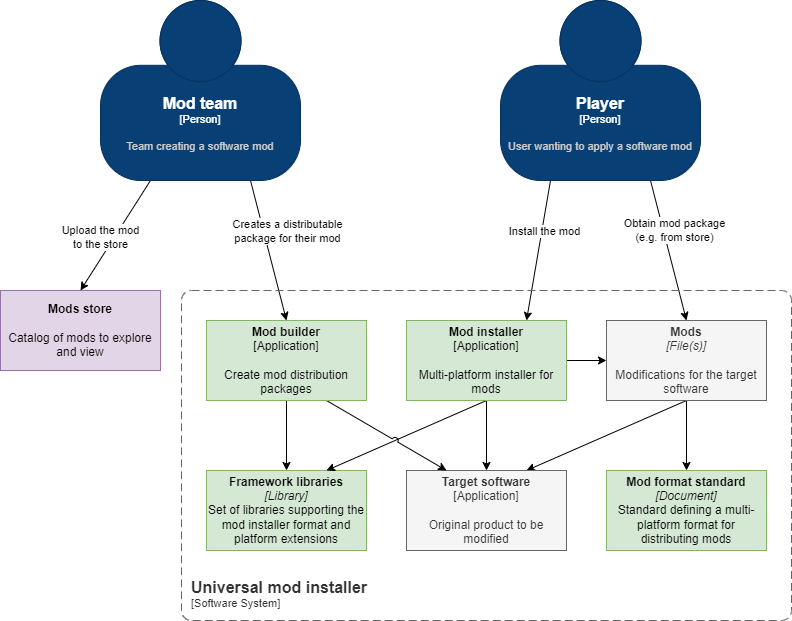
The draw.io diagram docs/images/design_l2.drawio.png in pleonex/game-patcher, before a commit. Source tidied: cells renumbered, new cells last; positions are measured from the earlier drawing's top-left corner, leaving out a move shared by most shapes.
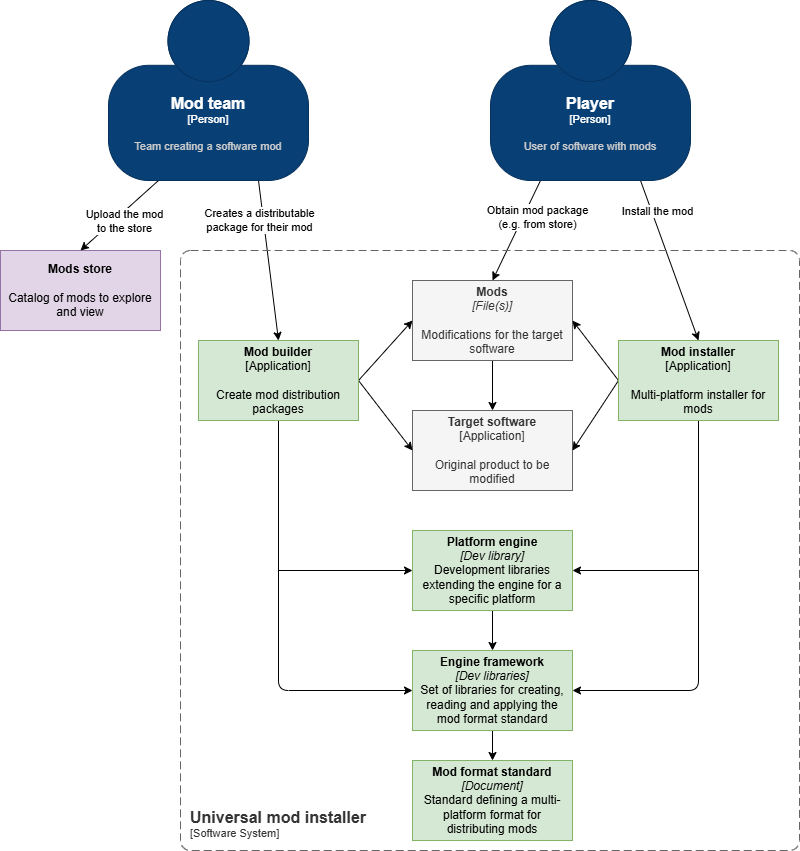
The same diagram one commit later.

Diff of the diagram source:
```diff
@@ -2,25 +2,25 @@
   <root>
     <mxCell id="0" />
     <mxCell id="1" parent="0" />
-    <mxCell id="2" style="edgeStyle=none;html=1;exitX=0.5;exitY=1;exitDx=0;exitDy=0;entryX=0.5;entryY=0;entryDx=0;entryDy=0;" parent="1" edge="1" source="4" target="20">
-      <mxGeometry relative="1" as="geometry" />
-    </mxCell>
-    <mxCell id="3" style="edgeStyle=none;jumpStyle=arc;html=1;exitX=0.5;exitY=1;exitDx=0;exitDy=0;entryX=0.75;entryY=0;entryDx=0;entryDy=0;" parent="1" edge="1" source="4" target="5">
+    <mxCell id="3" style="edgeStyle=none;jumpStyle=arc;html=1;exitX=0.5;exitY=1;exitDx=0;exitDy=0;entryX=0.5;entryY=0;entryDx=0;entryDy=0;" parent="1" edge="1" source="4" target="5">
       <mxGeometry relative="1" as="geometry" />
     </mxCell>
     <mxCell id="4" value="&lt;b&gt;Mods&lt;br&gt;&lt;/b&gt;&lt;i&gt;[File(s)]&lt;br&gt;&lt;/i&gt;&lt;br&gt;Modifications for the target software" style="rounded=0;whiteSpace=wrap;html=1;fillColor=#f5f5f5;strokeColor=#666666;fontColor=#333333;" parent="1" vertex="1">
-      <mxGeometry x="606" y="320" width="160" height="80" as="geometry" />
+      <mxGeometry x="412" y="320" width="160" height="80" as="geometry" />
     </mxCell>
     <mxCell id="5" value="&lt;b&gt;Target software&lt;br&gt;&lt;/b&gt;[Application]&lt;br&gt;&lt;br&gt;Original product to be modified" style="rounded=0;whiteSpace=wrap;html=1;fillColor=#f5f5f5;strokeColor=#666666;fontColor=#333333;" parent="1" vertex="1">
-      <mxGeometry x="406" y="470" width="160" height="80" as="geometry" />
+      <mxGeometry x="412" y="450" width="160" height="80" as="geometry" />
     </mxCell>
+    <mxCell id="27" style="edgeStyle=orthogonalEdgeStyle;rounded=0;jettySize=auto;html=1;exitX=0.5;exitY=1;exitDx=0;exitDy=0;entryX=0.5;entryY=0;entryDx=0;entryDy=0;" parent="1" edge="1" source="6" target="20">
+      <mxGeometry relative="1" as="geometry" />
+    </mxCell>
-    <mxCell id="6" value="&lt;b&gt;Framework libraries&lt;br&gt;&lt;/b&gt;&lt;i&gt;[Library]&lt;br&gt;&lt;/i&gt;Set of libraries supporting the mod installer format and platform extensions" style="rounded=0;whiteSpace=wrap;html=1;fillColor=#d5e8d4;strokeColor=#82b366;" parent="1" vertex="1">
-      <mxGeometry x="206" y="470" width="160" height="80" as="geometry" />
+    <mxCell id="6" value="&lt;b&gt;Engine framework&lt;br&gt;&lt;/b&gt;&lt;i&gt;[Dev libraries]&lt;br&gt;&lt;/i&gt;Set of libraries for creating, reading and applying the mod format standard" style="rounded=0;whiteSpace=wrap;html=1;fillColor=#d5e8d4;strokeColor=#82b366;" parent="1" vertex="1">
+      <mxGeometry x="412" y="690" width="160" height="80" as="geometry" />
     </mxCell>
     <mxCell id="7" value="&lt;b&gt;Mods store&lt;/b&gt;&lt;br&gt;&lt;br&gt;Catalog of mods to explore and view" style="rounded=0;whiteSpace=wrap;html=1;fillColor=#e1d5e7;strokeColor=#9673a6;" parent="1" vertex="1">
       <mxGeometry y="290" width="160" height="80" as="geometry" />
     </mxCell>
-    <mxCell id="8" style="edgeStyle=none;jumpStyle=arc;html=1;exitX=0.75;exitY=1;exitDx=0;exitDy=0;exitPerimeter=0;entryX=0.5;entryY=0;entryDx=0;entryDy=0;" parent="1" edge="1" source="25" target="4">
+    <mxCell id="8" style="edgeStyle=none;jumpStyle=arc;html=1;exitX=0.25;exitY=1;exitDx=0;exitDy=0;exitPerimeter=0;entryX=0.5;entryY=0;entryDx=0;entryDy=0;" parent="1" edge="1" source="25" target="4">
       <mxGeometry relative="1" as="geometry" />
     </mxCell>
     <mxCell id="9" value="Obtain mod package&lt;br&gt;(e.g. from store)" style="edgeLabel;html=1;align=center;verticalAlign=middle;" parent="8" vertex="1">
@@ -28,12 +28,12 @@
         <mxPoint x="13" y="5" as="offset" />
       </mxGeometry>
     </mxCell>
-    <mxCell id="10" style="edgeStyle=none;jumpStyle=arc;html=1;exitX=0.25;exitY=1;exitDx=0;exitDy=0;exitPerimeter=0;entryX=0.75;entryY=0;entryDx=0;entryDy=0;" parent="1" edge="1" source="25" target="19">
+    <mxCell id="10" style="edgeStyle=none;jumpStyle=arc;html=1;exitX=0.75;exitY=1;exitDx=0;exitDy=0;exitPerimeter=0;entryX=0.5;entryY=0;entryDx=0;entryDy=0;" parent="1" edge="1" source="25" target="19">
       <mxGeometry relative="1" as="geometry" />
     </mxCell>
     <mxCell id="11" value="Install the mod" style="edgeLabel;html=1;align=center;verticalAlign=middle;" parent="10" vertex="1">
       <mxGeometry x="-0.12" relative="1" as="geometry">
-        <mxPoint x="4" y="-12" as="offset" />
+        <mxPoint x="-9" y="-40" as="offset" />
       </mxGeometry>
     </mxCell>
     <mxCell id="12" style="edgeStyle=none;jumpStyle=arc;html=1;exitX=0.75;exitY=1;exitDx=0;exitDy=0;exitPerimeter=0;entryX=0.5;entryY=0;entryDx=0;entryDy=0;" parent="1" edge="1" source="24" target="23">
@@ -41,7 +41,7 @@
     </mxCell>
     <mxCell id="13" value="Creates a distributable&lt;br&gt;package for their mod" style="edgeLabel;html=1;align=center;verticalAlign=middle;" parent="12" vertex="1">
       <mxGeometry x="-0.28" y="-3" relative="1" as="geometry">
-        <mxPoint x="26" y="-1" as="offset" />
+        <mxPoint x="-4" y="-18" as="offset" />
       </mxGeometry>
     </mxCell>
     <mxCell id="14" style="edgeStyle=none;jumpStyle=arc;html=1;exitX=0.25;exitY=1;exitDx=0;exitDy=0;exitPerimeter=0;entryX=0.5;entryY=0;entryDx=0;entryDy=0;" parent="1" edge="1" source="24" target="7">
@@ -49,47 +49,62 @@
     </mxCell>
     <mxCell id="15" value="Upload the mod&lt;br&gt;to the store" style="edgeLabel;html=1;align=center;verticalAlign=middle;" parent="14" vertex="1">
       <mxGeometry x="0.23" y="1" relative="1" as="geometry">
-        <mxPoint x="-8" y="-12" as="offset" />
+        <mxPoint x="12" y="-3" as="offset" />
       </mxGeometry>
     </mxCell>
-    <mxCell id="16" style="edgeStyle=none;html=1;exitX=0.5;exitY=1;exitDx=0;exitDy=0;entryX=0.5;entryY=0;entryDx=0;entryDy=0;jumpStyle=arc;" parent="1" edge="1" source="19" target="5">
+    <mxCell id="16" style="edgeStyle=none;html=1;exitX=0;exitY=0.5;exitDx=0;exitDy=0;entryX=1;entryY=0.5;entryDx=0;entryDy=0;jumpStyle=arc;" parent="1" edge="1" source="19" target="5">
       <mxGeometry relative="1" as="geometry" />
     </mxCell>
-    <mxCell id="17" style="edgeStyle=none;html=1;exitX=0.5;exitY=1;exitDx=0;exitDy=0;entryX=0.75;entryY=0;entryDx=0;entryDy=0;" parent="1" edge="1" source="19" target="6">
+    <mxCell id="17" style="edgeStyle=orthogonalEdgeStyle;html=1;exitX=0.5;exitY=1;exitDx=0;exitDy=0;entryX=1;entryY=0.5;entryDx=0;entryDy=0;" parent="1" edge="1" source="19" target="6">
       <mxGeometry relative="1" as="geometry" />
     </mxCell>
-    <mxCell id="18" style="edgeStyle=none;jumpStyle=arc;html=1;exitX=1;exitY=0.5;exitDx=0;exitDy=0;entryX=0;entryY=0.5;entryDx=0;entryDy=0;" parent="1" edge="1" source="19" target="4">
+    <mxCell id="18" style="edgeStyle=none;jumpStyle=arc;html=1;exitX=0;exitY=0.5;exitDx=0;exitDy=0;entryX=1;entryY=0.5;entryDx=0;entryDy=0;" parent="1" edge="1" source="19" target="4">
       <mxGeometry relative="1" as="geometry" />
     </mxCell>
+    <mxCell id="28" style="edgeStyle=orthogonalEdgeStyle;rounded=0;jettySize=auto;html=1;exitX=0.5;exitY=1;exitDx=0;exitDy=0;entryX=1;entryY=0.5;entryDx=0;entryDy=0;" parent="1" edge="1" source="19" target="32">
+      <mxGeometry relative="1" as="geometry" />
+    </mxCell>
     <mxCell id="19" value="&lt;b&gt;Mod installer&lt;br&gt;&lt;/b&gt;[Application]&lt;br&gt;&lt;br&gt;Multi-platform installer for mods" style="rounded=0;whiteSpace=wrap;html=1;fillColor=#d5e8d4;strokeColor=#82b366;" parent="1" vertex="1">
-      <mxGeometry x="406" y="320" width="160" height="80" as="geometry" />
+      <mxGeometry x="618" y="380" width="160" height="80" as="geometry" />
     </mxCell>
     <mxCell id="20" value="&lt;b&gt;Mod format standard&lt;br&gt;&lt;/b&gt;&lt;i&gt;[Document]&lt;/i&gt;&lt;br&gt;Standard defining a multi-platform format for distributing mods" style="rounded=0;whiteSpace=wrap;html=1;fillColor=#d5e8d4;strokeColor=#82b366;" parent="1" vertex="1">
-      <mxGeometry x="606" y="470" width="160" height="80" as="geometry" />
+      <mxGeometry x="412" y="800" width="160" height="80" as="geometry" />
     </mxCell>
-    <mxCell id="21" style="edgeStyle=none;html=1;exitX=0.5;exitY=1;exitDx=0;exitDy=0;entryX=0.5;entryY=0;entryDx=0;entryDy=0;jumpStyle=arc;" parent="1" edge="1" source="23" target="6">
+    <mxCell id="21" style="edgeStyle=orthogonalEdgeStyle;html=1;exitX=0.5;exitY=1;exitDx=0;exitDy=0;entryX=0;entryY=0.5;entryDx=0;entryDy=0;jumpStyle=arc;" parent="1" edge="1" source="23" target="6">
       <mxGeometry relative="1" as="geometry" />
     </mxCell>
-    <mxCell id="22" style="edgeStyle=none;jumpStyle=arc;html=1;exitX=0.75;exitY=1;exitDx=0;exitDy=0;entryX=0.25;entryY=0;entryDx=0;entryDy=0;" parent="1" edge="1" source="23" target="5">
+    <mxCell id="22" style="edgeStyle=none;jumpStyle=arc;html=1;exitX=1;exitY=0.5;exitDx=0;exitDy=0;entryX=0;entryY=0.5;entryDx=0;entryDy=0;" parent="1" edge="1" source="23" target="5">
       <mxGeometry relative="1" as="geometry" />
     </mxCell>
+    <mxCell id="29" style="rounded=0;jettySize=auto;html=1;exitX=1;exitY=0.5;exitDx=0;exitDy=0;entryX=0;entryY=0.5;entryDx=0;entryDy=0;" parent="1" edge="1" source="23" target="4">
+      <mxGeometry relative="1" as="geometry" />
+    </mxCell>
+    <mxCell id="30" style="edgeStyle=orthogonalEdgeStyle;rounded=0;jettySize=auto;html=1;exitX=0.5;exitY=1;exitDx=0;exitDy=0;entryX=0;entryY=0.5;entryDx=0;entryDy=0;" parent="1" edge="1" source="23" target="32">
+      <mxGeometry relative="1" as="geometry" />
+    </mxCell>
     <mxCell id="23" value="&lt;b&gt;Mod builder&lt;br&gt;&lt;/b&gt;[Application]&lt;br&gt;&lt;br&gt;Create mod distribution packages" style="rounded=0;whiteSpace=wrap;html=1;fillColor=#d5e8d4;strokeColor=#82b366;" parent="1" vertex="1">
-      <mxGeometry x="206" y="320" width="160" height="80" as="geometry" />
+      <mxGeometry x="198" y="380" width="160" height="80" as="geometry" />
     </mxCell>
     <object id="24" label="&lt;font style=&quot;font-size: 16px&quot;&gt;&lt;b&gt;%c4Name%&lt;/b&gt;&lt;/font&gt;&lt;div&gt;[%c4Type%]&lt;/div&gt;&lt;br&gt;&lt;div&gt;&lt;font style=&quot;font-size: 11px&quot;&gt;&lt;font color=&quot;#cccccc&quot;&gt;%c4Description%&lt;/font&gt;&lt;/div&gt;" c4Description="Team creating a software mod" c4Name="Mod team" c4Type="Person" placeholders="1">
       <mxCell style="html=1;fontSize=11;dashed=0;whiteSpace=wrap;fillColor=#083F75;strokeColor=#06315C;fontColor=#ffffff;shape=mxgraph.c4.person2;align=center;points=[[0.5,0,0],[1,0.5,0],[1,0.75,0],[0.75,1,0],[0.5,1,0],[0.25,1,0],[0,0.75,0],[0,0.5,0]];" parent="1" vertex="1">
-        <mxGeometry x="100" width="200" height="180" as="geometry" />
+        <mxGeometry x="108" y="40" width="200" height="180" as="geometry" />
       </mxCell>
     </object>
-    <object id="25" label="&lt;font style=&quot;font-size: 16px&quot;&gt;&lt;b&gt;%c4Name%&lt;/b&gt;&lt;/font&gt;&lt;div&gt;[%c4Type%]&lt;/div&gt;&lt;br&gt;&lt;div&gt;&lt;font style=&quot;font-size: 11px&quot;&gt;&lt;font color=&quot;#cccccc&quot;&gt;%c4Description%&lt;/font&gt;&lt;/div&gt;" c4Description="User wanting to apply a software mod" c4Name="Player" c4Type="Person" placeholders="1">
+    <object id="25" label="&lt;font style=&quot;font-size: 16px&quot;&gt;&lt;b&gt;%c4Name%&lt;/b&gt;&lt;/font&gt;&lt;div&gt;[%c4Type%]&lt;/div&gt;&lt;br&gt;&lt;div&gt;&lt;font style=&quot;font-size: 11px&quot;&gt;&lt;font color=&quot;#cccccc&quot;&gt;%c4Description%&lt;/font&gt;&lt;/div&gt;" c4Description="User of software with mods" c4Name="Player" c4Type="Person" placeholders="1">
       <mxCell style="html=1;fontSize=11;dashed=0;whiteSpace=wrap;fillColor=#083F75;strokeColor=#06315C;fontColor=#ffffff;shape=mxgraph.c4.person2;align=center;points=[[0.5,0,0],[1,0.5,0],[1,0.75,0],[0.75,1,0],[0.5,1,0],[0.25,1,0],[0,0.75,0],[0,0.5,0]];" parent="1" vertex="1">
-        <mxGeometry x="500" width="200" height="180" as="geometry" />
+        <mxGeometry x="490" y="40" width="200" height="180" as="geometry" />
       </mxCell>
     </object>
     <object id="26" label="&lt;font style=&quot;font-size: 16px&quot;&gt;&lt;b&gt;&lt;div style=&quot;text-align: left&quot;&gt;%c4Name%&lt;/div&gt;&lt;/b&gt;&lt;/font&gt;&lt;div style=&quot;text-align: left&quot;&gt;[%c4Application%]&lt;/div&gt;" c4Application="Software System" c4Name="Universal mod installer" c4Type="SystemScopeBoundary" placeholders="1">
       <mxCell style="rounded=1;fontSize=11;whiteSpace=wrap;html=1;dashed=1;arcSize=20;fillColor=none;strokeColor=#666666;fontColor=#333333;labelBackgroundColor=none;align=left;verticalAlign=bottom;labelBorderColor=none;spacingTop=0;spacing=10;dashPattern=8 4;perimeter=rectanglePerimeter;noLabel=0;labelPadding=0;absoluteArcSize=1;" parent="1" vertex="1">
-        <mxGeometry x="181" y="290" width="610" height="330" as="geometry" />
+        <mxGeometry x="180" y="290" width="619" height="600" as="geometry" />
       </mxCell>
     </object>
+    <mxCell id="31" style="edgeStyle=orthogonalEdgeStyle;rounded=0;jettySize=auto;html=1;exitX=0.5;exitY=1;exitDx=0;exitDy=0;entryX=0.5;entryY=0;entryDx=0;entryDy=0;" parent="1" edge="1" source="32" target="6">
+      <mxGeometry relative="1" as="geometry" />
+    </mxCell>
+    <mxCell id="32" value="&lt;b&gt;Platform engine&lt;br&gt;&lt;/b&gt;&lt;i&gt;[Dev library]&lt;br&gt;&lt;/i&gt;Development libraries extending the engine for a specific platform" style="rounded=0;whiteSpace=wrap;html=1;fillColor=#d5e8d4;strokeColor=#82b366;" parent="1" vertex="1">
+      <mxGeometry x="412" y="570" width="160" height="80" as="geometry" />
+    </mxCell>
   </root>
 </mxGraphModel>
```
